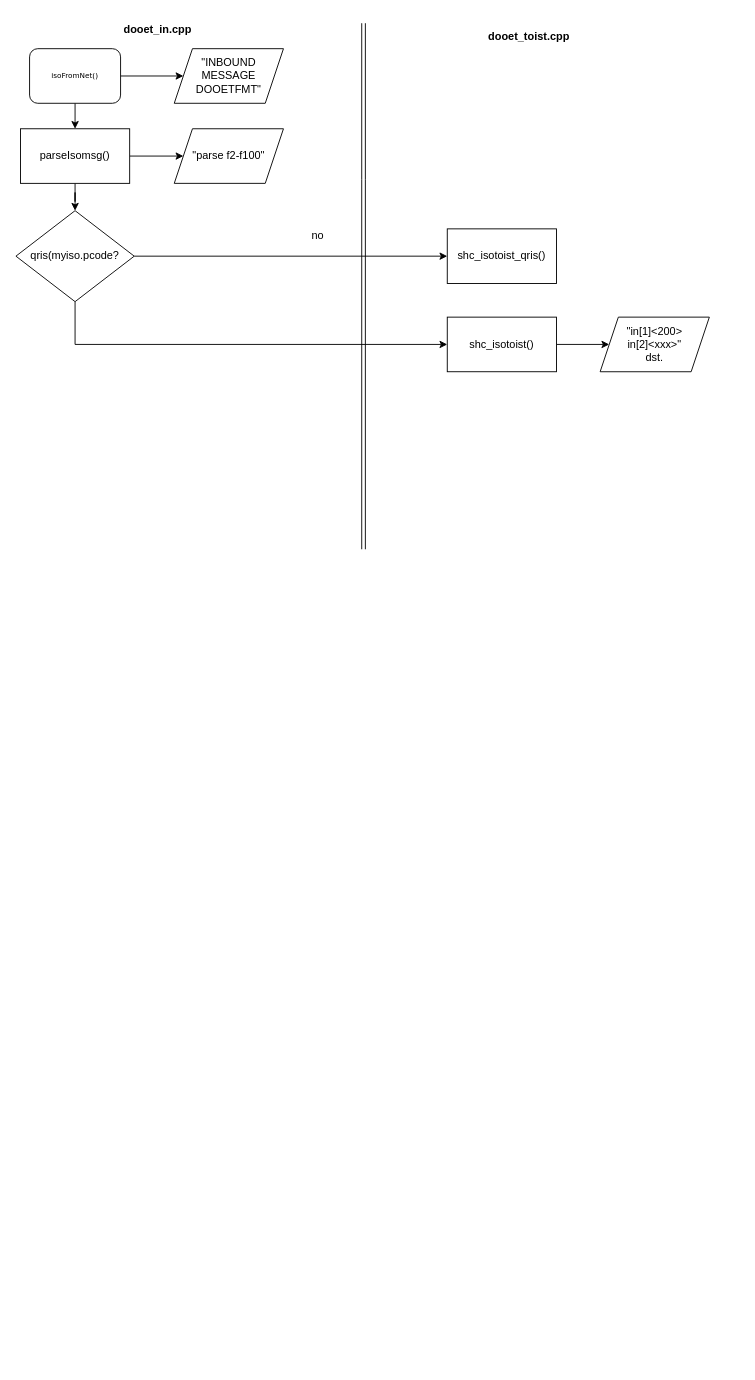
Above: page "Main" (3 of 4) of dooetf.drawio in kalputrahadi57/multipolar (draw.io), before the change. Source tidied: cells renumbered, new cells numbered last; positions are measured from the earlier drawing's top-left corner, leaving out a move shared by most shapes. Both pictures are drawn from the tidied source at 91%, with x=0, y=0 at pixel (15, 15).
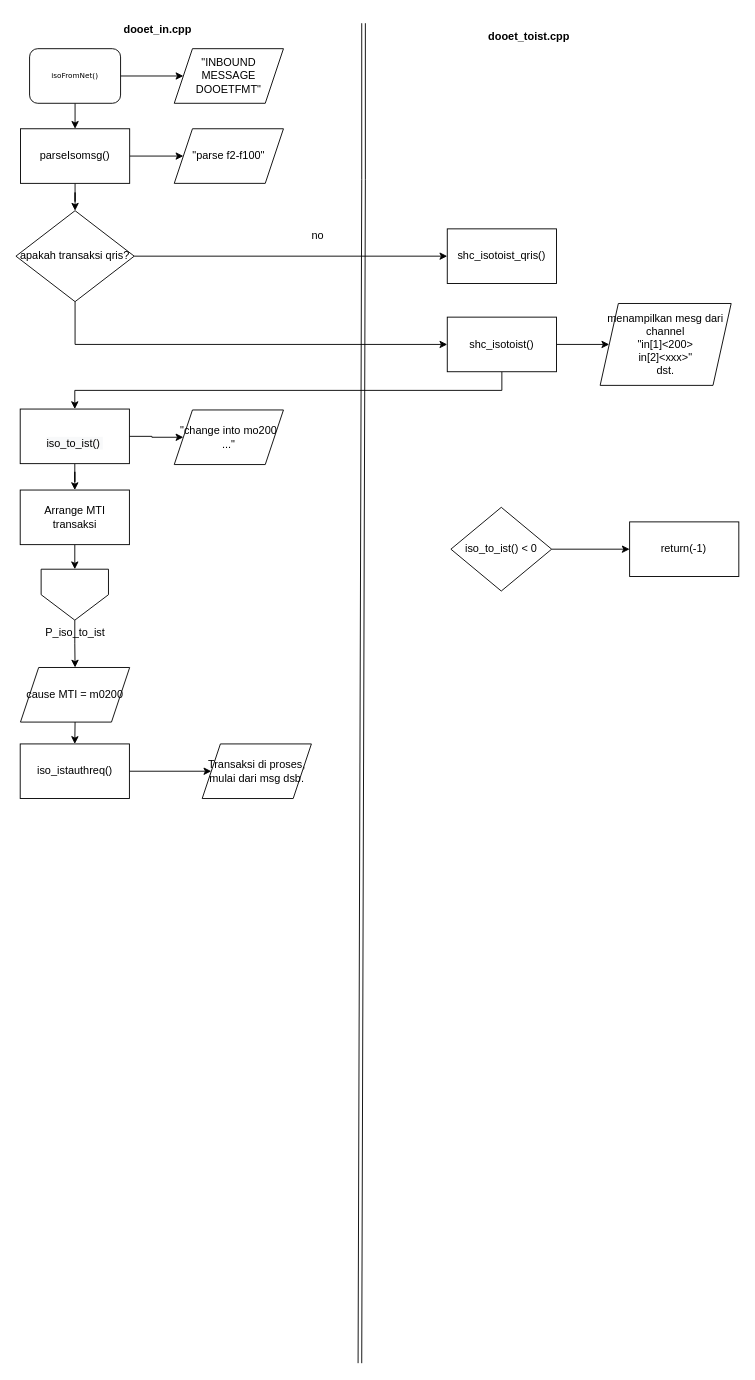
The same diagram, later.

The change refers to these unchanged cells:
```xml
<mxCell id="14" value="shc_isotoist()" style="whiteSpace=wrap;html=1;" parent="1" vertex="1">
  <mxGeometry x="474" y="331" width="120" height="60" as="geometry" />
</mxCell>
```

Change to the diagram source:
```diff
@@
-    <mxCell id="11" value="qris(myiso.pcode?" style="rhombus;whiteSpace=wrap;html=1;" parent="1" vertex="1">
+    <mxCell id="11" value="apakah transaksi qris?" style="rhombus;whiteSpace=wrap;html=1;" parent="1" vertex="1">
       <mxGeometry y="214" width="130" height="100" as="geometry" />
     </mxCell>
@@
+    <mxCell id="21" style="edgeStyle=orthogonalEdgeStyle;rounded=0;jettySize=auto;html=1;exitX=0.5;exitY=1;exitDx=0;exitDy=0;entryX=0.5;entryY=0;entryDx=0;entryDy=0;" parent="1" edge="1" source="14" target="27">
+      <mxGeometry relative="1" as="geometry" />
+    </mxCell>
@@
     <mxCell id="16" style="shape=link;html=1;rounded=0;" parent="1" edge="1">
       <mxGeometry relative="1" as="geometry">
         <mxPoint x="382" y="8" as="sourcePoint" />
-        <mxPoint x="382" y="586.1" as="targetPoint" />
+        <mxPoint x="378" y="1480.5" as="targetPoint" />
         <Array as="points">
           <mxPoint x="382" y="180" />
         </Array>
       </mxGeometry>
     </mxCell>
@@
-    <mxCell id="19" value="&quot;in[1]&amp;lt;200&amp;gt;&lt;br&gt;in[2]&amp;lt;xxx&amp;gt;&quot;&lt;br&gt;dst." style="shape=parallelogram;perimeter=parallelogramPerimeter;whiteSpace=wrap;html=1;fixedSize=1;" parent="1" vertex="1">
-      <mxGeometry x="642" y="331" width="120" height="60" as="geometry" />
+    <mxCell id="19" value="menampilkan mesg dari channel&lt;br&gt;&quot;in[1]&amp;lt;200&amp;gt;&lt;br&gt;in[2]&amp;lt;xxx&amp;gt;&quot;&lt;br&gt;dst." style="shape=parallelogram;perimeter=parallelogramPerimeter;whiteSpace=wrap;html=1;fixedSize=1;" parent="1" vertex="1">
+      <mxGeometry x="642" y="316" width="144" height="90" as="geometry" />
     </mxCell>
@@
+    <mxCell id="22" style="edgeStyle=orthogonalEdgeStyle;rounded=0;jettySize=auto;html=1;" parent="1" edge="1" source="23" target="24">
+      <mxGeometry relative="1" as="geometry" />
+    </mxCell>
+    <mxCell id="23" value="iso_to_ist() &amp;lt; 0" style="rhombus;whiteSpace=wrap;html=1;" parent="1" vertex="1">
+      <mxGeometry x="478" y="540" width="110.7" height="92" as="geometry" />
+    </mxCell>
+    <mxCell id="24" value="return(-1)" style="whiteSpace=wrap;html=1;" parent="1" vertex="1">
+      <mxGeometry x="674.4" y="556" width="120" height="60" as="geometry" />
+    </mxCell>
+    <mxCell id="25" style="edgeStyle=orthogonalEdgeStyle;rounded=0;jettySize=auto;html=1;exitX=1;exitY=0.5;exitDx=0;exitDy=0;entryX=0;entryY=0.5;entryDx=0;entryDy=0;" parent="1" edge="1" source="27" target="28">
+      <mxGeometry relative="1" as="geometry" />
+    </mxCell>
+    <mxCell id="26" style="edgeStyle=orthogonalEdgeStyle;rounded=0;jettySize=auto;html=1;exitX=0.5;exitY=1;exitDx=0;exitDy=0;" parent="1" edge="1" source="27" target="32">
+      <mxGeometry relative="1" as="geometry" />
+    </mxCell>
+    <mxCell id="27" value="&lt;br&gt;&lt;span style=&quot;color: rgb(0, 0, 0); font-family: Helvetica; font-size: 12px; font-style: normal; font-variant-ligatures: normal; font-variant-caps: normal; font-weight: 400; letter-spacing: normal; orphans: 2; text-align: center; text-indent: 0px; text-transform: none; widows: 2; word-spacing: 0px; -webkit-text-stroke-width: 0px; background-color: rgb(248, 249, 250); text-decoration-thickness: initial; text-decoration-style: initial; text-decoration-color: initial; float: none; display: inline !important;&quot;&gt;iso_to_ist()&amp;nbsp;&lt;/span&gt;" style="rounded=0;whiteSpace=wrap;html=1;" parent="1" vertex="1">
+      <mxGeometry x="4.7" y="432" width="120" height="60" as="geometry" />
+    </mxCell>
+    <mxCell id="28" value="&quot;change into mo200 ...&quot;" style="shape=parallelogram;perimeter=parallelogramPerimeter;whiteSpace=wrap;html=1;fixedSize=1;" parent="1" vertex="1">
+      <mxGeometry x="174" y="433" width="120" height="60" as="geometry" />
+    </mxCell>
+    <mxCell id="29" style="edgeStyle=orthogonalEdgeStyle;rounded=0;jettySize=auto;html=1;exitX=0.5;exitY=1;exitDx=0;exitDy=0;entryX=0.5;entryY=0;entryDx=0;entryDy=0;" parent="1" edge="1" source="30" target="34">
+      <mxGeometry relative="1" as="geometry" />
+    </mxCell>
+    <mxCell id="30" value="P_iso_to_ist" style="verticalLabelPosition=bottom;verticalAlign=top;html=1;shape=offPageConnector;rounded=0;size=0.5;" parent="1" vertex="1">
+      <mxGeometry x="27.7" y="608" width="74" height="56" as="geometry" />
+    </mxCell>
+    <mxCell id="31" style="edgeStyle=orthogonalEdgeStyle;rounded=0;jettySize=auto;html=1;exitX=0.5;exitY=1;exitDx=0;exitDy=0;entryX=0.5;entryY=0;entryDx=0;entryDy=0;" parent="1" edge="1" source="32" target="30">
+      <mxGeometry relative="1" as="geometry" />
+    </mxCell>
+    <mxCell id="32" value="Arrange MTI transaksi" style="rounded=0;whiteSpace=wrap;html=1;" parent="1" vertex="1">
+      <mxGeometry x="4.7" y="521" width="120" height="60" as="geometry" />
+    </mxCell>
+    <mxCell id="33" style="edgeStyle=orthogonalEdgeStyle;rounded=0;jettySize=auto;html=1;exitX=0.5;exitY=1;exitDx=0;exitDy=0;entryX=0.5;entryY=0;entryDx=0;entryDy=0;" parent="1" edge="1" source="34" target="36">
+      <mxGeometry relative="1" as="geometry" />
+    </mxCell>
+    <mxCell id="34" value="cause MTI = m0200" style="shape=parallelogram;perimeter=parallelogramPerimeter;whiteSpace=wrap;html=1;fixedSize=1;" parent="1" vertex="1">
+      <mxGeometry x="5" y="716" width="120" height="60" as="geometry" />
+    </mxCell>
+    <mxCell id="35" style="edgeStyle=orthogonalEdgeStyle;rounded=0;jettySize=auto;html=1;" parent="1" edge="1" source="36" target="37">
+      <mxGeometry relative="1" as="geometry" />
+    </mxCell>
+    <mxCell id="36" value="iso_istauthreq()" style="rounded=0;whiteSpace=wrap;html=1;" parent="1" vertex="1">
+      <mxGeometry x="4.7" y="800" width="120" height="60" as="geometry" />
+    </mxCell>
+    <mxCell id="37" value="Transaksi di proses, mulai dari msg dsb." style="shape=parallelogram;perimeter=parallelogramPerimeter;whiteSpace=wrap;html=1;fixedSize=1;rounded=0;" parent="1" vertex="1">
+      <mxGeometry x="204.7" y="800" width="120" height="60" as="geometry" />
+    </mxCell>
```
